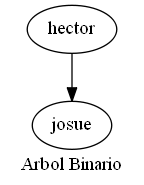
The Graphviz diagram Reportes/Arbol.png in hr9457/EDD_1S2020_PY1_201314296, before a commit. Its source is kept beside it as ArchivosDot/Arbol.dot.
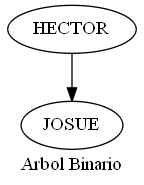
The same diagram one commit later.

The edit, as a diff of the source:
```diff
@@ -1,8 +1,8 @@
 digraph arbol
 {
 rankdir=TB;
-nodohector[ label = "hector"];
-nodohector->nodojosue
-nodojosue[ label = "josue"];
+nodoHECTOR[ label = "HECTOR"];
+nodoHECTOR->nodoJOSUE
+nodoJOSUE[ label = "JOSUE"];
 label = " Arbol Binario "
 }
```
